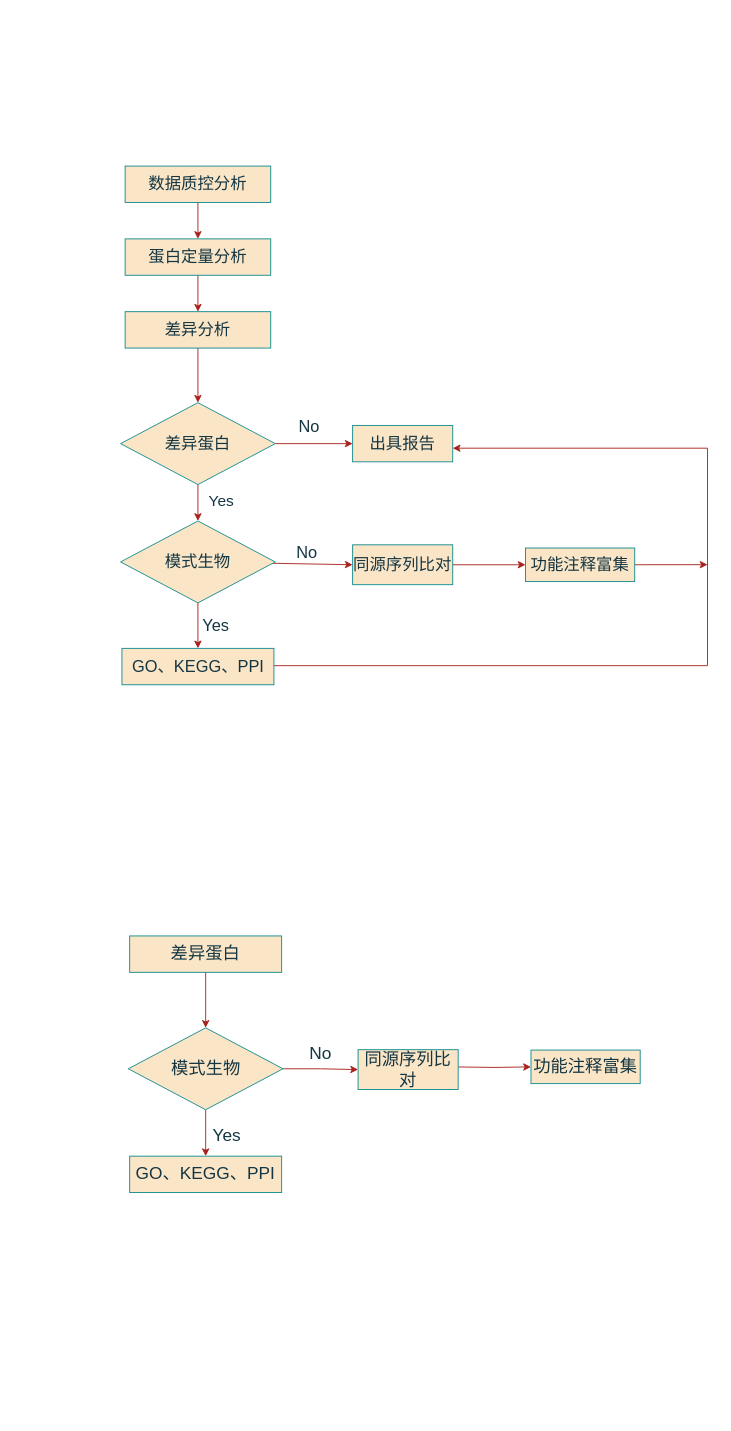
Earlier version of the draw.io diagram TMT-生信流程.drawio (hanwenjuan/test). Source tidied: cells renumbered, new cells numbered last; positions are measured from the earlier drawing's top-left corner, leaving out a move shared by most shapes. Both pictures are drawn from the tidied source at 91%, with x=0, y=0 at pixel (120, 166).
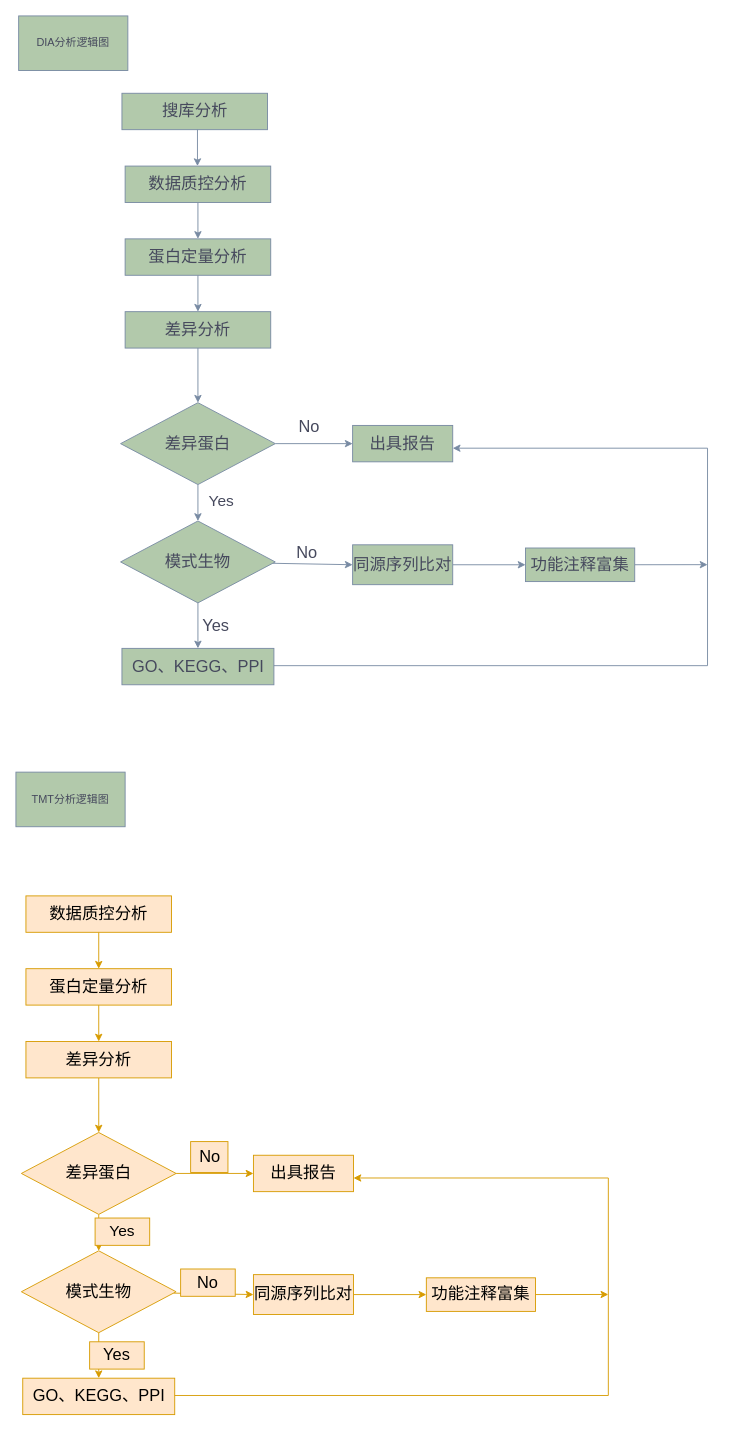
After the change.

Commit message:
更新TMT-生信流程.drawio

What changed in the source:
```diff
@@
-    <mxCell id="2" style="edgeStyle=none;rounded=0;jettySize=auto;html=1;fontSize=18;labelBackgroundColor=none;strokeColor=#A8201A;fontColor=default;" parent="1" edge="1" source="3" target="5">
+    <mxCell id="2" style="edgeStyle=none;rounded=0;jettySize=auto;html=1;fontSize=18;labelBackgroundColor=none;strokeColor=#788AA3;fontColor=default;" parent="1" edge="1" source="3" target="5">
       <mxGeometry relative="1" as="geometry" />
     </mxCell>
-    <mxCell id="3" value="&lt;font style=&quot;font-size: 18px;&quot;&gt;数据质控分析&lt;/font&gt;" style="whiteSpace=wrap;html=1;fontSize=18;labelBackgroundColor=none;fillColor=#FAE5C7;strokeColor=#0F8B8D;fontColor=#143642;" parent="1" vertex="1">
+    <mxCell id="3" value="&lt;font style=&quot;font-size: 18px;&quot;&gt;数据质控分析&lt;/font&gt;" style="whiteSpace=wrap;html=1;fontSize=18;labelBackgroundColor=none;fillColor=#B2C9AB;strokeColor=#788AA3;fontColor=#46495D;" parent="1" vertex="1">
       <mxGeometry x="5" width="160" height="40" as="geometry" />
     </mxCell>
-    <mxCell id="4" style="edgeStyle=none;rounded=0;jettySize=auto;html=1;fontSize=18;labelBackgroundColor=none;strokeColor=#A8201A;fontColor=default;" parent="1" edge="1" source="5" target="7">
+    <mxCell id="4" style="edgeStyle=none;rounded=0;jettySize=auto;html=1;fontSize=18;labelBackgroundColor=none;strokeColor=#788AA3;fontColor=default;" parent="1" edge="1" source="5" target="7">
       <mxGeometry relative="1" as="geometry" />
     </mxCell>
-    <mxCell id="5" value="蛋白定量分析" style="whiteSpace=wrap;html=1;fontSize=18;labelBackgroundColor=none;fillColor=#FAE5C7;strokeColor=#0F8B8D;fontColor=#143642;" parent="1" vertex="1">
+    <mxCell id="5" value="蛋白定量分析" style="whiteSpace=wrap;html=1;fontSize=18;labelBackgroundColor=none;fillColor=#B2C9AB;strokeColor=#788AA3;fontColor=#46495D;" parent="1" vertex="1">
       <mxGeometry x="5" y="80" width="160" height="40" as="geometry" />
     </mxCell>
-    <mxCell id="6" style="edgeStyle=none;rounded=0;jettySize=auto;html=1;fontSize=18;labelBackgroundColor=none;strokeColor=#A8201A;fontColor=default;" parent="1" edge="1" source="7" target="10">
+    <mxCell id="6" style="edgeStyle=none;rounded=0;jettySize=auto;html=1;fontSize=18;labelBackgroundColor=none;strokeColor=#788AA3;fontColor=default;" parent="1" edge="1" source="7" target="10">
       <mxGeometry relative="1" as="geometry" />
     </mxCell>
-    <mxCell id="7" value="差异分析" style="whiteSpace=wrap;html=1;fontSize=18;labelBackgroundColor=none;fillColor=#FAE5C7;strokeColor=#0F8B8D;fontColor=#143642;" parent="1" vertex="1">
+    <mxCell id="7" value="差异分析" style="whiteSpace=wrap;html=1;fontSize=18;labelBackgroundColor=none;fillColor=#B2C9AB;strokeColor=#788AA3;fontColor=#46495D;" parent="1" vertex="1">
       <mxGeometry x="5" y="160" width="160" height="40" as="geometry" />
     </mxCell>
-    <mxCell id="8" style="edgeStyle=none;rounded=0;jettySize=auto;html=1;fontSize=18;labelBackgroundColor=none;strokeColor=#A8201A;fontColor=default;" parent="1" edge="1" source="10">
+    <mxCell id="8" style="edgeStyle=none;rounded=0;jettySize=auto;html=1;fontSize=18;labelBackgroundColor=none;strokeColor=#788AA3;fontColor=default;" parent="1" edge="1" source="10">
       <mxGeometry relative="1" as="geometry">
         <mxPoint x="85" y="390" as="targetPoint" />
       </mxGeometry>
     </mxCell>
-    <mxCell id="9" style="edgeStyle=none;rounded=0;jettySize=auto;html=1;fontSize=18;labelBackgroundColor=none;strokeColor=#A8201A;fontColor=default;" parent="1" edge="1" source="10" target="11">
+    <mxCell id="9" style="edgeStyle=none;rounded=0;jettySize=auto;html=1;fontSize=18;labelBackgroundColor=none;strokeColor=#788AA3;fontColor=default;" parent="1" edge="1" source="10" target="11">
       <mxGeometry relative="1" as="geometry" />
     </mxCell>
-    <mxCell id="10" value="差异蛋白" style="rhombus;whiteSpace=wrap;html=1;fontSize=18;labelBackgroundColor=none;fillColor=#FAE5C7;strokeColor=#0F8B8D;fontColor=#143642;" parent="1" vertex="1">
+    <mxCell id="10" value="差异蛋白" style="rhombus;whiteSpace=wrap;html=1;fontSize=18;labelBackgroundColor=none;fillColor=#B2C9AB;strokeColor=#788AA3;fontColor=#46495D;" parent="1" vertex="1">
       <mxGeometry y="260" width="170" height="90" as="geometry" />
     </mxCell>
-    <mxCell id="11" value="出具报告" style="whiteSpace=wrap;html=1;fontSize=18;labelBackgroundColor=none;fillColor=#FAE5C7;strokeColor=#0F8B8D;fontColor=#143642;" parent="1" vertex="1">
+    <mxCell id="11" value="出具报告" style="whiteSpace=wrap;html=1;fontSize=18;labelBackgroundColor=none;fillColor=#B2C9AB;strokeColor=#788AA3;fontColor=#46495D;" parent="1" vertex="1">
       <mxGeometry x="255" y="285" width="110" height="40" as="geometry" />
     </mxCell>
-    <mxCell id="12" value="No" style="text;html=1;align=center;verticalAlign=middle;strokeColor=none;fillColor=none;fontSize=18;labelBackgroundColor=none;fontColor=#143642;" parent="1" vertex="1">
+    <mxCell id="12" value="No" style="text;html=1;align=center;verticalAlign=middle;strokeColor=none;fillColor=none;fontSize=18;labelBackgroundColor=none;fontColor=#46495D;" parent="1" vertex="1">
       <mxGeometry x="186" y="270" width="41" height="34" as="geometry" />
     </mxCell>
-    <mxCell id="13" style="edgeStyle=none;rounded=0;jettySize=auto;html=1;entryX=0;entryY=0.5;entryDx=0;entryDy=0;entryPerimeter=0;fontSize=18;labelBackgroundColor=none;strokeColor=#A8201A;fontColor=default;" parent="1" edge="1" source="15" target="17">
+    <mxCell id="13" style="edgeStyle=none;rounded=0;jettySize=auto;html=1;entryX=0;entryY=0.5;entryDx=0;entryDy=0;entryPerimeter=0;fontSize=18;labelBackgroundColor=none;strokeColor=#788AA3;fontColor=default;" parent="1" edge="1" source="15" target="17">
       <mxGeometry relative="1" as="geometry" />
     </mxCell>
-    <mxCell id="14" style="edgeStyle=none;rounded=0;jettySize=auto;html=1;fontSize=18;labelBackgroundColor=none;strokeColor=#A8201A;fontColor=default;" parent="1" edge="1" source="15" target="20">
+    <mxCell id="14" style="edgeStyle=none;rounded=0;jettySize=auto;html=1;fontSize=18;labelBackgroundColor=none;strokeColor=#788AA3;fontColor=default;" parent="1" edge="1" source="15" target="20">
       <mxGeometry relative="1" as="geometry" />
     </mxCell>
-    <mxCell id="15" value="模式生物" style="rhombus;whiteSpace=wrap;html=1;fontSize=18;labelBackgroundColor=none;fillColor=#FAE5C7;strokeColor=#0F8B8D;fontColor=#143642;" parent="1" vertex="1">
+    <mxCell id="15" value="模式生物" style="rhombus;whiteSpace=wrap;html=1;fontSize=18;labelBackgroundColor=none;fillColor=#B2C9AB;strokeColor=#788AA3;fontColor=#46495D;" parent="1" vertex="1">
       <mxGeometry y="390" width="170" height="90" as="geometry" />
     </mxCell>
-    <mxCell id="16" style="edgeStyle=none;rounded=0;jettySize=auto;html=1;fontSize=18;labelBackgroundColor=none;strokeColor=#A8201A;fontColor=default;" parent="1" edge="1" source="17" target="22">
+    <mxCell id="16" style="edgeStyle=none;rounded=0;jettySize=auto;html=1;fontSize=18;labelBackgroundColor=none;strokeColor=#788AA3;fontColor=default;" parent="1" edge="1" source="17" target="22">
       <mxGeometry relative="1" as="geometry" />
     </mxCell>
-    <mxCell id="17" value="同源序列比对" style="whiteSpace=wrap;html=1;fontSize=18;labelBackgroundColor=none;fillColor=#FAE5C7;strokeColor=#0F8B8D;fontColor=#143642;" parent="1" vertex="1">
+    <mxCell id="17" value="同源序列比对" style="whiteSpace=wrap;html=1;fontSize=18;labelBackgroundColor=none;fillColor=#B2C9AB;strokeColor=#788AA3;fontColor=#46495D;" parent="1" vertex="1">
       <mxGeometry x="255" y="416.2" width="110" height="43.8" as="geometry" />
     </mxCell>
-    <mxCell id="18" value="No" style="text;strokeColor=none;align=center;fillColor=none;html=1;verticalAlign=middle;whiteSpace=wrap;rounded=0;fontSize=18;labelBackgroundColor=none;fontColor=#143642;" parent="1" vertex="1">
+    <mxCell id="18" value="No" style="text;strokeColor=none;align=center;fillColor=none;html=1;verticalAlign=middle;whiteSpace=wrap;rounded=0;fontSize=18;labelBackgroundColor=none;fontColor=#46495D;" parent="1" vertex="1">
       <mxGeometry x="175" y="410" width="60" height="30" as="geometry" />
     </mxCell>
-    <mxCell id="19" style="edgeStyle=none;rounded=0;orthogonalLoop=1;jettySize=auto;html=1;fontSize=18;labelBackgroundColor=none;strokeColor=#A8201A;fontColor=default;" parent="1" edge="1">
+    <mxCell id="19" style="edgeStyle=none;rounded=0;orthogonalLoop=1;jettySize=auto;html=1;fontSize=18;labelBackgroundColor=none;strokeColor=#788AA3;fontColor=default;" parent="1" edge="1">
       <mxGeometry relative="1" as="geometry">
         <mxPoint x="145" y="549" as="sourcePoint" />
         <mxPoint x="365" y="310" as="targetPoint" />
         <Array as="points">
           <mxPoint x="645" y="549" />
           <mxPoint x="645" y="310" />
         </Array>
       </mxGeometry>
     </mxCell>
-    <mxCell id="20" value="GO、KEGG、PPI" style="whiteSpace=wrap;html=1;fontSize=18;labelBackgroundColor=none;fillColor=#FAE5C7;strokeColor=#0F8B8D;fontColor=#143642;" parent="1" vertex="1">
+    <mxCell id="20" value="GO、KEGG、PPI" style="whiteSpace=wrap;html=1;fontSize=18;labelBackgroundColor=none;fillColor=#B2C9AB;strokeColor=#788AA3;fontColor=#46495D;" parent="1" vertex="1">
       <mxGeometry x="1.5" y="530" width="167" height="40" as="geometry" />
     </mxCell>
-    <mxCell id="21" style="edgeStyle=none;rounded=0;jettySize=auto;html=1;fontSize=18;labelBackgroundColor=none;strokeColor=#A8201A;fontColor=default;" parent="1" edge="1" source="22">
+    <mxCell id="21" style="edgeStyle=none;rounded=0;jettySize=auto;html=1;fontSize=18;labelBackgroundColor=none;strokeColor=#788AA3;fontColor=default;" parent="1" edge="1" source="22">
       <mxGeometry relative="1" as="geometry">
         <mxPoint x="645" y="438" as="targetPoint" />
       </mxGeometry>
     </mxCell>
-    <mxCell id="22" value="功能注释富集" style="whiteSpace=wrap;html=1;fontSize=18;labelBackgroundColor=none;fillColor=#FAE5C7;strokeColor=#0F8B8D;fontColor=#143642;" parent="1" vertex="1">
+    <mxCell id="22" value="功能注释富集" style="whiteSpace=wrap;html=1;fontSize=18;labelBackgroundColor=none;fillColor=#B2C9AB;strokeColor=#788AA3;fontColor=#46495D;" parent="1" vertex="1">
       <mxGeometry x="445" y="419.7" width="120" height="36.9" as="geometry" />
     </mxCell>
-    <mxCell id="23" value="Yes" style="text;strokeColor=none;align=center;fillColor=none;html=1;verticalAlign=middle;whiteSpace=wrap;rounded=0;fontSize=18;labelBackgroundColor=none;fontColor=#143642;" parent="1" vertex="1">
+    <mxCell id="23" value="Yes" style="text;strokeColor=none;align=center;fillColor=none;html=1;verticalAlign=middle;whiteSpace=wrap;rounded=0;fontSize=18;labelBackgroundColor=none;fontColor=#46495D;" parent="1" vertex="1">
       <mxGeometry x="75" y="490" width="60" height="30" as="geometry" />
     </mxCell>
-    <mxCell id="24" value="Yes" style="text;strokeColor=none;align=center;fillColor=none;html=1;verticalAlign=middle;whiteSpace=wrap;rounded=0;fontColor=#143642;fontSize=17;" parent="1" vertex="1">
+    <mxCell id="24" value="Yes" style="text;strokeColor=none;align=center;fillColor=none;html=1;verticalAlign=middle;whiteSpace=wrap;rounded=0;fontColor=#46495D;fontSize=17;labelBackgroundColor=none;" parent="1" vertex="1">
       <mxGeometry x="81" y="354" width="60" height="30" as="geometry" />
     </mxCell>
+    <mxCell id="36" value="搜库分析" style="whiteSpace=wrap;html=1;fontSize=18;labelBackgroundColor=none;fillColor=#B2C9AB;strokeColor=#788AA3;fontColor=#46495D;" parent="1" vertex="1">
+      <mxGeometry x="1.5" y="-80" width="160" height="40" as="geometry" />
+    </mxCell>
+    <mxCell id="37" style="edgeStyle=none;rounded=0;orthogonalLoop=1;jettySize=auto;html=1;fontSize=18;labelBackgroundColor=none;strokeColor=#788AA3;fontColor=default;" parent="1" edge="1">
+      <mxGeometry relative="1" as="geometry">
+        <mxPoint x="84.5" y="-40" as="sourcePoint" />
+        <mxPoint x="84.5" as="targetPoint" />
+      </mxGeometry>
+    </mxCell>
+    <mxCell id="38" style="edgeStyle=none;rounded=0;jettySize=auto;html=1;fontSize=18;labelBackgroundColor=none;strokeColor=#d79b00;fontColor=default;fillColor=#ffe6cc;" parent="1" edge="1" source="39" target="41">
+      <mxGeometry relative="1" as="geometry" />
+    </mxCell>
+    <mxCell id="39" value="&lt;font style=&quot;font-size: 18px;&quot;&gt;数据质控分析&lt;/font&gt;" style="whiteSpace=wrap;html=1;fontSize=18;labelBackgroundColor=none;fillColor=#ffe6cc;strokeColor=#d79b00;" parent="1" vertex="1">
+      <mxGeometry x="-104" y="802" width="160" height="40" as="geometry" />
+    </mxCell>
+    <mxCell id="40" style="edgeStyle=none;rounded=0;jettySize=auto;html=1;fontSize=18;labelBackgroundColor=none;strokeColor=#d79b00;fontColor=default;fillColor=#ffe6cc;" parent="1" edge="1" source="41" target="43">
+      <mxGeometry relative="1" as="geometry" />
+    </mxCell>
+    <mxCell id="41" value="蛋白定量分析" style="whiteSpace=wrap;html=1;fontSize=18;labelBackgroundColor=none;fillColor=#ffe6cc;strokeColor=#d79b00;" parent="1" vertex="1">
+      <mxGeometry x="-104" y="882" width="160" height="40" as="geometry" />
+    </mxCell>
+    <mxCell id="42" style="edgeStyle=none;rounded=0;jettySize=auto;html=1;fontSize=18;labelBackgroundColor=none;strokeColor=#d79b00;fontColor=default;fillColor=#ffe6cc;" parent="1" edge="1" source="43" target="33">
+      <mxGeometry relative="1" as="geometry" />
+    </mxCell>
+    <mxCell id="43" value="差异分析" style="whiteSpace=wrap;html=1;fontSize=18;labelBackgroundColor=none;fillColor=#ffe6cc;strokeColor=#d79b00;" parent="1" vertex="1">
+      <mxGeometry x="-104" y="962" width="160" height="40" as="geometry" />
+    </mxCell>
+    <mxCell id="44" style="edgeStyle=none;rounded=0;jettySize=auto;html=1;fontSize=18;labelBackgroundColor=none;strokeColor=#d79b00;fontColor=default;fillColor=#ffe6cc;" parent="1" edge="1" source="33">
+      <mxGeometry relative="1" as="geometry">
+        <mxPoint x="-24" y="1192" as="targetPoint" />
+      </mxGeometry>
+    </mxCell>
+    <mxCell id="45" style="edgeStyle=none;rounded=0;jettySize=auto;html=1;fontSize=18;labelBackgroundColor=none;strokeColor=#d79b00;fontColor=default;fillColor=#ffe6cc;" parent="1" edge="1" source="33" target="46">
+      <mxGeometry relative="1" as="geometry" />
+    </mxCell>
+    <mxCell id="33" value="差异蛋白" style="rhombus;whiteSpace=wrap;html=1;fontSize=18;labelBackgroundColor=none;fillColor=#ffe6cc;strokeColor=#d79b00;" parent="1" vertex="1">
+      <mxGeometry x="-109" y="1062" width="170" height="90" as="geometry" />
+    </mxCell>
+    <mxCell id="46" value="出具报告" style="whiteSpace=wrap;html=1;fontSize=18;labelBackgroundColor=none;fillColor=#ffe6cc;strokeColor=#d79b00;" parent="1" vertex="1">
+      <mxGeometry x="146" y="1087" width="110" height="40" as="geometry" />
+    </mxCell>
+    <mxCell id="47" value="No" style="text;html=1;align=center;verticalAlign=middle;strokeColor=#d79b00;fillColor=#ffe6cc;fontSize=18;labelBackgroundColor=none;" parent="1" vertex="1">
+      <mxGeometry x="77" y="1072" width="41" height="34" as="geometry" />
+    </mxCell>
+    <mxCell id="26" style="edgeStyle=none;rounded=0;jettySize=auto;html=1;entryX=0;entryY=0.5;entryDx=0;entryDy=0;entryPerimeter=0;fontSize=18;labelBackgroundColor=none;strokeColor=#d79b00;fontColor=default;fillColor=#ffe6cc;" parent="1" edge="1" source="27" target="29">
+      <mxGeometry relative="1" as="geometry" />
+    </mxCell>
-    <mxCell id="25" style="edgeStyle=orthogonalEdgeStyle;rounded=0;jettySize=auto;html=1;strokeColor=#A8201A;fontColor=#143642;fillColor=#FAE5C7;fontSize=19;" parent="1" edge="1" source="27" target="30">
+    <mxCell id="25" style="edgeStyle=none;rounded=0;jettySize=auto;html=1;fontSize=18;labelBackgroundColor=none;strokeColor=#d79b00;fontColor=default;fillColor=#ffe6cc;" parent="1" edge="1" source="27" target="30">
       <mxGeometry relative="1" as="geometry" />
     </mxCell>
-    <mxCell id="26" style="edgeStyle=orthogonalEdgeStyle;rounded=0;jettySize=auto;html=1;strokeColor=#A8201A;fontColor=#143642;fillColor=#FAE5C7;fontSize=19;" parent="1" edge="1" source="27" target="29">
-      <mxGeometry relative="1" as="geometry" />
-    </mxCell>
-    <mxCell id="27" value="模式生物" style="rhombus;whiteSpace=wrap;html=1;fontSize=19;labelBackgroundColor=none;fillColor=#FAE5C7;strokeColor=#0F8B8D;fontColor=#143642;" parent="1" vertex="1">
-      <mxGeometry x="8.5" y="947" width="170" height="90" as="geometry" />
+    <mxCell id="27" value="模式生物" style="rhombus;whiteSpace=wrap;html=1;fontSize=18;labelBackgroundColor=none;fillColor=#ffe6cc;strokeColor=#d79b00;" parent="1" vertex="1">
+      <mxGeometry x="-109" y="1192" width="170" height="90" as="geometry" />
     </mxCell>
-    <mxCell id="28" style="edgeStyle=orthogonalEdgeStyle;rounded=0;orthogonalLoop=1;jettySize=auto;html=1;strokeColor=#A8201A;fontColor=#143642;fillColor=#FAE5C7;fontSize=19;" parent="1" edge="1">
-      <mxGeometry relative="1" as="geometry">
-        <mxPoint x="371" y="990" as="sourcePoint" />
-        <mxPoint x="451" y="989.9" as="targetPoint" />
-      </mxGeometry>
-    </mxCell>
+    <mxCell id="48" style="edgeStyle=none;rounded=0;jettySize=auto;html=1;fontSize=18;labelBackgroundColor=none;strokeColor=#d79b00;fontColor=default;fillColor=#ffe6cc;" parent="1" edge="1" source="29" target="31">
+      <mxGeometry relative="1" as="geometry" />
+    </mxCell>
-    <mxCell id="29" value="同源序列比对" style="whiteSpace=wrap;html=1;fontSize=19;labelBackgroundColor=none;fillColor=#FAE5C7;strokeColor=#0F8B8D;fontColor=#143642;" parent="1" vertex="1">
-      <mxGeometry x="261" y="971" width="110" height="43.8" as="geometry" />
+    <mxCell id="29" value="同源序列比对" style="whiteSpace=wrap;html=1;fontSize=18;labelBackgroundColor=none;fillColor=#ffe6cc;strokeColor=#d79b00;" parent="1" vertex="1">
+      <mxGeometry x="146" y="1218.2" width="110" height="43.8" as="geometry" />
     </mxCell>
+    <mxCell id="49" value="No" style="text;strokeColor=#d79b00;align=center;fillColor=#ffe6cc;html=1;verticalAlign=middle;whiteSpace=wrap;rounded=0;fontSize=18;labelBackgroundColor=none;" parent="1" vertex="1">
+      <mxGeometry x="66" y="1212" width="60" height="30" as="geometry" />
+    </mxCell>
+    <mxCell id="50" style="edgeStyle=none;rounded=0;orthogonalLoop=1;jettySize=auto;html=1;fontSize=18;labelBackgroundColor=none;strokeColor=#d79b00;fontColor=default;fillColor=#ffe6cc;" parent="1" edge="1">
+      <mxGeometry relative="1" as="geometry">
+        <mxPoint x="36" y="1351" as="sourcePoint" />
+        <mxPoint x="256" y="1112" as="targetPoint" />
+        <Array as="points">
+          <mxPoint x="536" y="1351" />
+          <mxPoint x="536" y="1112" />
+        </Array>
+      </mxGeometry>
+    </mxCell>
-    <mxCell id="30" value="GO、KEGG、PPI" style="whiteSpace=wrap;html=1;fontSize=19;labelBackgroundColor=none;fillColor=#FAE5C7;strokeColor=#0F8B8D;fontColor=#143642;" parent="1" vertex="1">
-      <mxGeometry x="10" y="1088" width="167" height="40" as="geometry" />
+    <mxCell id="30" value="GO、KEGG、PPI" style="whiteSpace=wrap;html=1;fontSize=18;labelBackgroundColor=none;fillColor=#ffe6cc;strokeColor=#d79b00;" parent="1" vertex="1">
+      <mxGeometry x="-107.5" y="1332" width="167" height="40" as="geometry" />
     </mxCell>
+    <mxCell id="51" style="edgeStyle=none;rounded=0;jettySize=auto;html=1;fontSize=18;labelBackgroundColor=none;strokeColor=#d79b00;fontColor=default;fillColor=#ffe6cc;" parent="1" edge="1" source="31">
+      <mxGeometry relative="1" as="geometry">
+        <mxPoint x="536" y="1240" as="targetPoint" />
+      </mxGeometry>
+    </mxCell>
-    <mxCell id="31" value="功能注释富集" style="whiteSpace=wrap;html=1;fontSize=19;labelBackgroundColor=none;fillColor=#FAE5C7;strokeColor=#0F8B8D;fontColor=#143642;" parent="1" vertex="1">
-      <mxGeometry x="451" y="971.4" width="120" height="36.9" as="geometry" />
+    <mxCell id="31" value="功能注释富集" style="whiteSpace=wrap;html=1;fontSize=18;labelBackgroundColor=none;fillColor=#ffe6cc;strokeColor=#d79b00;" parent="1" vertex="1">
+      <mxGeometry x="336" y="1221.7" width="120" height="36.9" as="geometry" />
     </mxCell>
-    <mxCell id="32" style="edgeStyle=orthogonalEdgeStyle;rounded=0;jettySize=auto;html=1;strokeColor=#A8201A;fontColor=#143642;fillColor=#FAE5C7;fontSize=19;" parent="1" edge="1" source="33" target="27">
-      <mxGeometry relative="1" as="geometry" />
-    </mxCell>
-    <mxCell id="33" value="差异蛋白" style="whiteSpace=wrap;html=1;fontSize=19;labelBackgroundColor=none;fillColor=#FAE5C7;strokeColor=#0F8B8D;fontColor=#143642;" parent="1" vertex="1">
-      <mxGeometry x="10" y="846" width="167" height="40" as="geometry" />
-    </mxCell>
-    <mxCell id="34" value="No" style="text;strokeColor=none;align=center;fillColor=none;html=1;verticalAlign=middle;whiteSpace=wrap;rounded=0;fontColor=#143642;fontSize=19;" parent="1" vertex="1">
-      <mxGeometry x="190" y="961" width="60" height="30" as="geometry" />
-    </mxCell>
-    <mxCell id="35" value="Yes" style="text;strokeColor=none;align=center;fillColor=none;html=1;verticalAlign=middle;whiteSpace=wrap;rounded=0;fontColor=#143642;fontSize=19;" parent="1" vertex="1">
-      <mxGeometry x="87" y="1051" width="60" height="30" as="geometry" />
-    </mxCell>
+    <mxCell id="52" value="Yes" style="text;strokeColor=#d79b00;align=center;fillColor=#ffe6cc;html=1;verticalAlign=middle;whiteSpace=wrap;rounded=0;fontSize=18;labelBackgroundColor=none;" parent="1" vertex="1">
+      <mxGeometry x="-34" y="1292" width="60" height="30" as="geometry" />
+    </mxCell>
+    <mxCell id="53" value="Yes" style="text;strokeColor=#d79b00;align=center;fillColor=#ffe6cc;html=1;verticalAlign=middle;whiteSpace=wrap;rounded=0;fontSize=17;labelBackgroundColor=none;" parent="1" vertex="1">
+      <mxGeometry x="-28" y="1156" width="60" height="30" as="geometry" />
+    </mxCell>
+    <mxCell id="54" value="TMT分析逻辑图" style="rounded=0;whiteSpace=wrap;html=1;strokeColor=#788AA3;fontColor=#46495D;fillColor=#B2C9AB;" parent="1" vertex="1">
+      <mxGeometry x="-115" y="666" width="120" height="60" as="geometry" />
+    </mxCell>
+    <mxCell id="55" value="DIA分析逻辑图" style="rounded=0;whiteSpace=wrap;html=1;strokeColor=#788AA3;fontColor=#46495D;fillColor=#B2C9AB;" parent="1" vertex="1">
+      <mxGeometry x="-112" y="-165" width="120" height="60" as="geometry" />
+    </mxCell>
```
